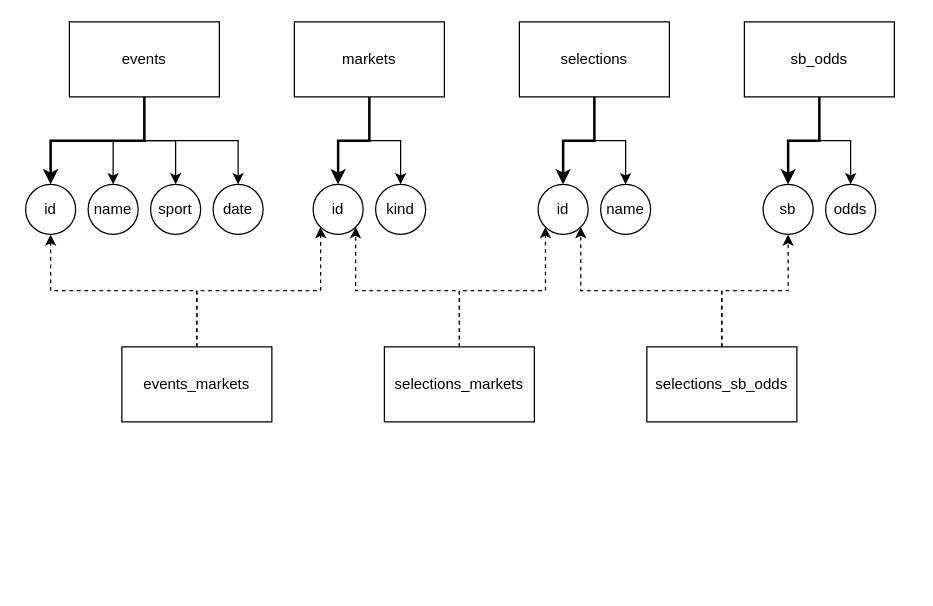
Before: db2/Untitled Diagram.drawio in loemra/live_odds_scraper, a draw.io diagram. Source tidied: cells renumbered, new cells numbered last; positions are measured from the earlier drawing's top-left corner, leaving out a move shared by most shapes. Both pictures are drawn from the tidied source at 125%, with x=0, y=0 at pixel (25, 21).
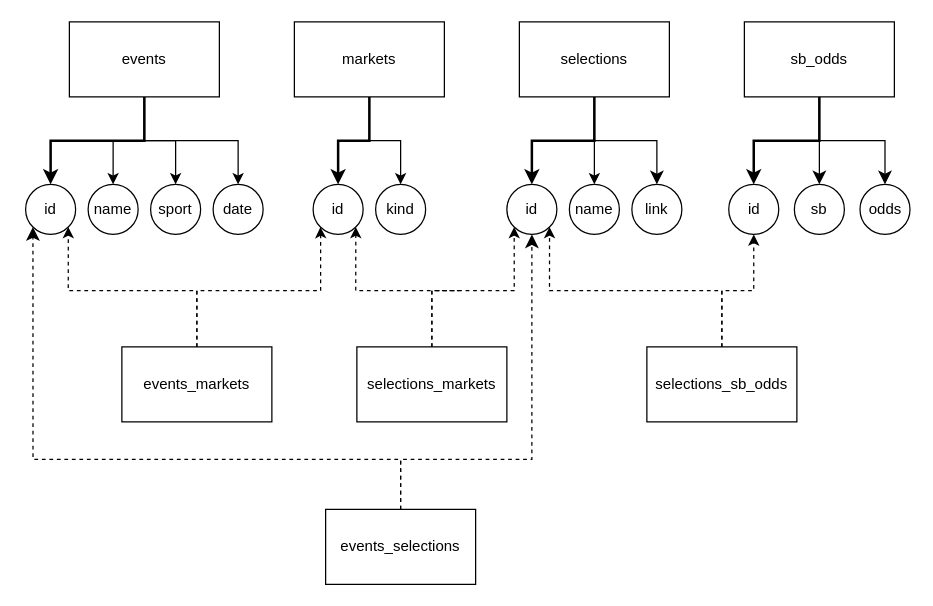
The same diagram, later.

Unchanged cells that the change refers to:
```xml
<mxCell id="7" value="&lt;div&gt;id&lt;/div&gt;" style="ellipse;whiteSpace=wrap;html=1;" parent="1" vertex="1">
  <mxGeometry y="130" width="40" height="40" as="geometry" />
</mxCell>
<mxCell id="18" value="&lt;div&gt;selections&lt;/div&gt;" style="rounded=0;whiteSpace=wrap;html=1;" parent="1" vertex="1">
  <mxGeometry x="395" width="120" height="60" as="geometry" />
</mxCell>
<mxCell id="23" value="sb_odds" style="rounded=0;whiteSpace=wrap;html=1;" parent="1" vertex="1">
  <mxGeometry x="575" width="120" height="60" as="geometry" />
</mxCell>
<mxCell id="28" value="events_markets" style="rounded=0;whiteSpace=wrap;html=1;" parent="1" vertex="1">
  <mxGeometry x="77" y="260" width="120" height="60" as="geometry" />
</mxCell>
```

Diff of the diagram source:
```diff
@@
+    <mxCell id="35" style="edgeStyle=orthogonalEdgeStyle;rounded=0;jettySize=auto;html=1;exitX=0.5;exitY=1;exitDx=0;exitDy=0;entryX=0.5;entryY=0;entryDx=0;entryDy=0;fontSize=12;startSize=8;endSize=8;" parent="1" edge="1" source="18" target="41">
+      <mxGeometry relative="1" as="geometry" />
+    </mxCell>
@@
     <mxCell id="19" value="id" style="ellipse;whiteSpace=wrap;html=1;" parent="1" vertex="1">
-      <mxGeometry x="410" y="130" width="40" height="40" as="geometry" />
+      <mxGeometry x="385" y="130" width="40" height="40" as="geometry" />
     </mxCell>
     <mxCell id="20" value="name" style="ellipse;whiteSpace=wrap;html=1;" parent="1" vertex="1">
-      <mxGeometry x="460" y="130" width="40" height="40" as="geometry" />
+      <mxGeometry x="435" y="130" width="40" height="40" as="geometry" />
     </mxCell>
@@
+    <mxCell id="36" style="edgeStyle=orthogonalEdgeStyle;rounded=0;jettySize=auto;html=1;exitX=0.5;exitY=1;exitDx=0;exitDy=0;entryX=0.5;entryY=0;entryDx=0;entryDy=0;fontSize=12;startSize=8;endSize=8;" parent="1" edge="1" source="23" target="40">
+      <mxGeometry relative="1" as="geometry" />
+    </mxCell>
-    <mxCell id="22" style="edgeStyle=orthogonalEdgeStyle;rounded=0;jettySize=auto;html=1;exitX=0.5;exitY=1;exitDx=0;exitDy=0;entryX=0.5;entryY=0;entryDx=0;entryDy=0;" parent="1" edge="1" source="23" target="25">
+    <mxCell id="22" style="edgeStyle=none;curved=1;rounded=0;jettySize=auto;html=1;exitX=0.5;exitY=1;exitDx=0;exitDy=0;entryX=0.5;entryY=0;entryDx=0;entryDy=0;fontSize=12;startSize=8;endSize=8;" parent="1" edge="1" source="23" target="25">
       <mxGeometry relative="1" as="geometry" />
     </mxCell>
@@
-    <mxCell id="24" value="sb" style="ellipse;whiteSpace=wrap;html=1;" parent="1" vertex="1">
-      <mxGeometry x="590" y="130" width="40" height="40" as="geometry" />
+    <mxCell id="24" value="id" style="ellipse;whiteSpace=wrap;html=1;" parent="1" vertex="1">
+      <mxGeometry x="562.5" y="130" width="40" height="40" as="geometry" />
     </mxCell>
-    <mxCell id="25" value="odds" style="ellipse;whiteSpace=wrap;html=1;" parent="1" vertex="1">
-      <mxGeometry x="640" y="130" width="40" height="40" as="geometry" />
+    <mxCell id="25" value="sb" style="ellipse;whiteSpace=wrap;html=1;" parent="1" vertex="1">
+      <mxGeometry x="615" y="130" width="40" height="40" as="geometry" />
     </mxCell>
-    <mxCell id="26" style="edgeStyle=orthogonalEdgeStyle;rounded=0;jettySize=auto;html=1;exitX=0.5;exitY=0;exitDx=0;exitDy=0;entryX=0.5;entryY=1;entryDx=0;entryDy=0;dashed=1;" parent="1" edge="1" source="28" target="7">
+    <mxCell id="26" style="edgeStyle=orthogonalEdgeStyle;rounded=0;jettySize=auto;html=1;exitX=0.5;exitY=0;exitDx=0;exitDy=0;entryX=1;entryY=1;entryDx=0;entryDy=0;dashed=1;" parent="1" edge="1" source="28" target="7">
       <mxGeometry relative="1" as="geometry" />
     </mxCell>
@@
     <mxCell id="31" value="selections_markets" style="rounded=0;whiteSpace=wrap;html=1;" parent="1" vertex="1">
-      <mxGeometry x="287" y="260" width="120" height="60" as="geometry" />
+      <mxGeometry x="265" y="260" width="120" height="60" as="geometry" />
     </mxCell>
@@
+    <mxCell id="37" style="edgeStyle=orthogonalEdgeStyle;rounded=0;jettySize=auto;html=1;exitX=0.5;exitY=0;exitDx=0;exitDy=0;entryX=0.5;entryY=1;entryDx=0;entryDy=0;fontSize=12;startSize=8;endSize=8;dashed=1;" parent="1" edge="1" source="39" target="19">
+      <mxGeometry relative="1" as="geometry">
+        <Array as="points">
+          <mxPoint x="300" y="350" />
+          <mxPoint x="405" y="350" />
+        </Array>
+      </mxGeometry>
+    </mxCell>
+    <mxCell id="38" style="edgeStyle=orthogonalEdgeStyle;rounded=0;jettySize=auto;html=1;exitX=0.5;exitY=0;exitDx=0;exitDy=0;entryX=0;entryY=1;entryDx=0;entryDy=0;fontSize=12;startSize=8;endSize=8;dashed=1;" parent="1" edge="1" source="39" target="7">
+      <mxGeometry relative="1" as="geometry">
+        <Array as="points">
+          <mxPoint x="300" y="350" />
+          <mxPoint x="6" y="350" />
+        </Array>
+      </mxGeometry>
+    </mxCell>
+    <mxCell id="39" value="events_selections" style="rounded=0;whiteSpace=wrap;html=1;" parent="1" vertex="1">
+      <mxGeometry x="240" y="390" width="120" height="60" as="geometry" />
+    </mxCell>
+    <mxCell id="40" value="odds" style="ellipse;whiteSpace=wrap;html=1;" parent="1" vertex="1">
+      <mxGeometry x="667.5" y="130" width="40" height="40" as="geometry" />
+    </mxCell>
+    <mxCell id="41" value="link" style="ellipse;whiteSpace=wrap;html=1;" parent="1" vertex="1">
+      <mxGeometry x="485" y="130" width="40" height="40" as="geometry" />
+    </mxCell>
```
